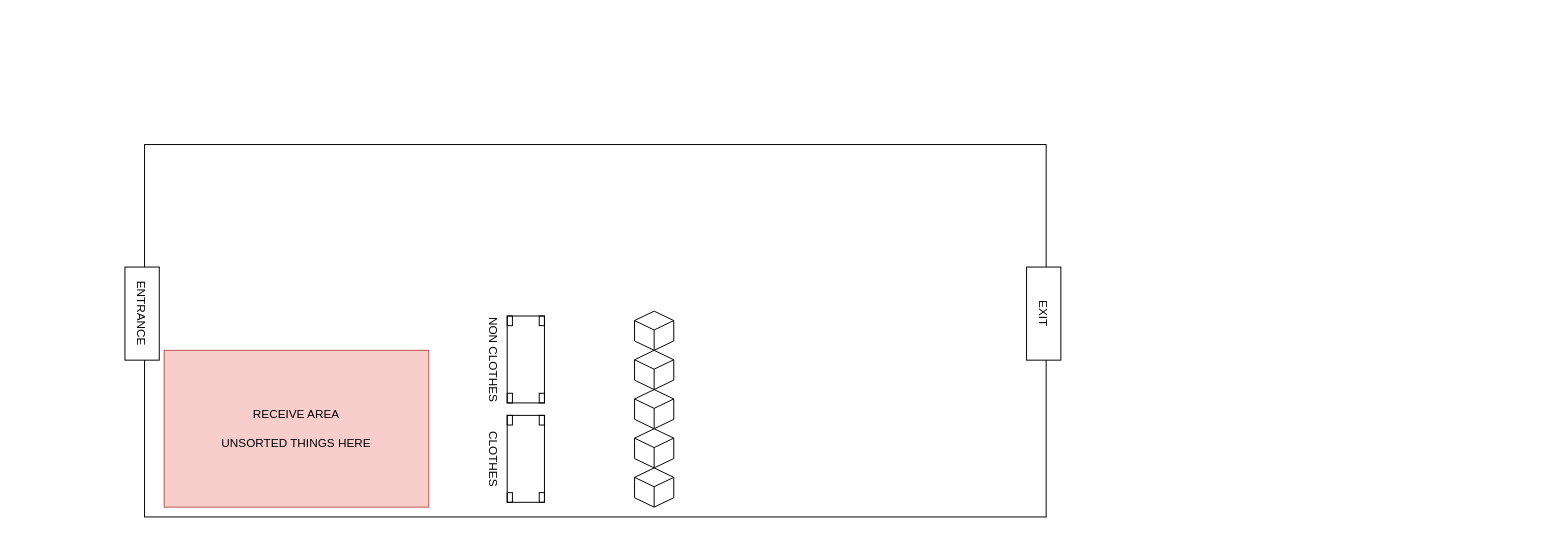
yonyonson/Langhus keeps this draw.io diagram as page "Kart over teltet" (1 of 2) of Langhus - kart og flyt.drawio. Above is the earlier version. Source tidied: cells renumbered, new cells numbered last; positions are measured from the earlier drawing's top-left corner, leaving out a move shared by most shapes. Both pictures are drawn from the tidied source at 98%, with x=0, y=0 at pixel (95, 144).
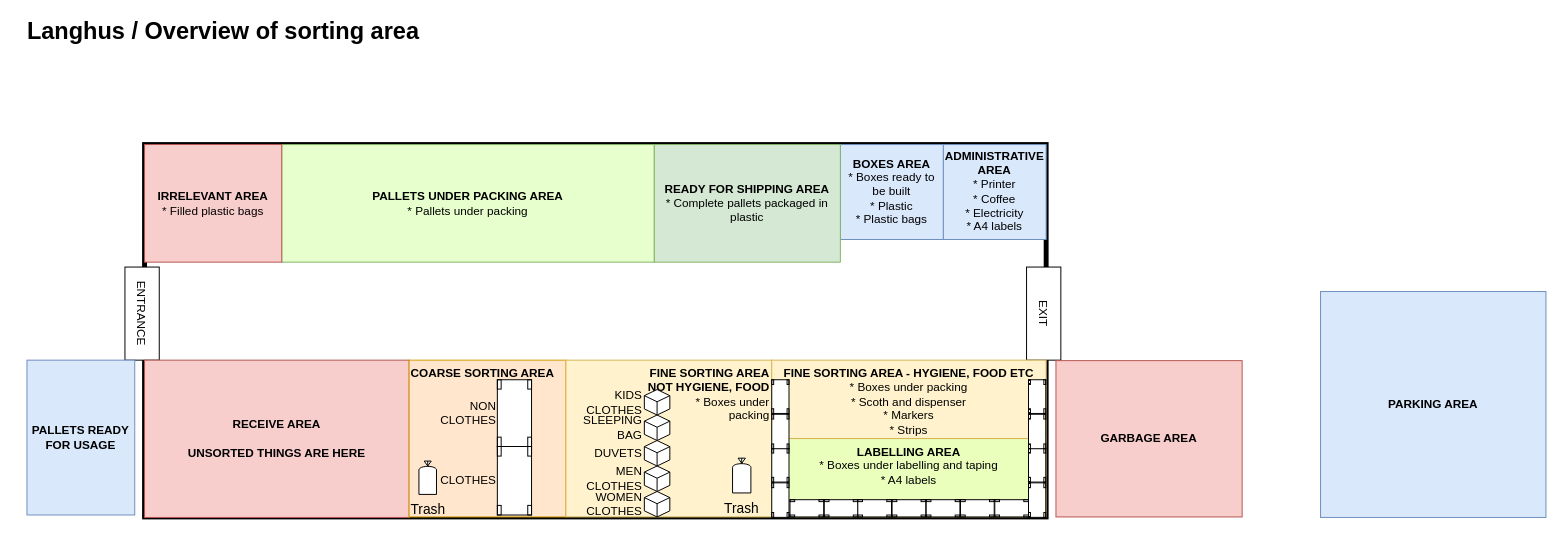
After the change.

The edit, as a diff of the source:
```diff
@@
-    <mxCell id="2" style="rounded=0;whiteSpace=wrap;html=1;" parent="1" vertex="1">
+    <mxCell id="2" style="rounded=0;whiteSpace=wrap;html=1;strokeWidth=5;" parent="1" vertex="1">
       <mxGeometry x="50" width="920" height="380" as="geometry" />
     </mxCell>
@@
+    <mxCell id="5" value="RECEIVE AREA&lt;br&gt;&lt;br&gt;UNSORTED THINGS ARE HERE" style="rounded=0;whiteSpace=wrap;html=1;fillColor=#f8cecc;strokeColor=#b85450;fontStyle=1;" parent="1" vertex="1">
+      <mxGeometry x="50" y="220" width="270" height="160.5" as="geometry" />
+    </mxCell>
+    <mxCell id="15" value="LABELLING AREA&lt;br&gt;&lt;div&gt;&lt;span style=&quot;font-weight: normal&quot;&gt;* Boxes under labelling and taping&lt;/span&gt;&lt;/div&gt;&lt;div&gt;&lt;span style=&quot;font-weight: normal&quot;&gt;* A4 labels&lt;br&gt;&lt;/span&gt;&lt;/div&gt;" style="rounded=0;whiteSpace=wrap;html=1;fillColor=#EBFFBD;strokeColor=#d6b656;fontStyle=1;verticalAlign=top;" parent="1" vertex="1">
+      <mxGeometry x="690" y="300" width="280" height="80" as="geometry" />
+    </mxCell>
@@
-    <mxCell id="5" value="RECEIVE AREA&lt;br&gt;&lt;br&gt;UNSORTED THINGS HERE" style="rounded=0;whiteSpace=wrap;html=1;fillColor=#f8cecc;strokeColor=#b85450;" parent="1" vertex="1">
-      <mxGeometry x="70" y="210" width="270" height="160" as="geometry" />
-    </mxCell>
-    <mxCell id="6" style="group;" parent="1" vertex="1">
-      <mxGeometry x="550" y="170" width="40" height="200" as="geometry" />
-    </mxCell>
+    <mxCell id="16" value="&lt;div&gt;COARSE SORTING AREA&lt;/div&gt;" style="rounded=0;whiteSpace=wrap;html=1;fillColor=#ffe6cc;strokeColor=#d79b00;verticalAlign=top;align=left;fontStyle=1;" parent="1" vertex="1">
+      <mxGeometry x="320" y="220" width="160" height="160" as="geometry" />
+    </mxCell>
+    <mxCell id="17" value="&lt;div&gt;&lt;b&gt;ADMINISTRATIVE AREA&lt;/b&gt;&lt;/div&gt;&lt;div&gt;* Printer&lt;/div&gt;&lt;div&gt;* Coffee&lt;/div&gt;&lt;div&gt;* Electricity&lt;/div&gt;&lt;div&gt;* A4 labels&lt;br&gt;&lt;/div&gt;" style="rounded=0;whiteSpace=wrap;html=1;fillColor=#dae8fc;strokeColor=#6c8ebf;" parent="1" vertex="1">
+      <mxGeometry x="865" width="105" height="96.9" as="geometry" />
+    </mxCell>
+    <mxCell id="18" value="&lt;div&gt;&lt;b&gt;BOXES AREA&lt;/b&gt;&lt;br&gt;&lt;/div&gt;&lt;div&gt;* Boxes ready to be built&lt;/div&gt;&lt;div&gt;* Plastic&lt;/div&gt;&lt;div&gt;* Plastic bags&lt;br&gt;&lt;/div&gt;" style="rounded=0;whiteSpace=wrap;html=1;fillColor=#dae8fc;strokeColor=#6c8ebf;" parent="1" vertex="1">
+      <mxGeometry x="760" width="105" height="96.9" as="geometry" />
+    </mxCell>
+    <mxCell id="19" value="&lt;div&gt;READY FOR SHIPPING AREA&lt;/div&gt;&lt;div&gt;&lt;span style=&quot;font-weight: normal&quot;&gt;* Complete pallets packaged in plastic&lt;/span&gt;&lt;br&gt;&lt;/div&gt;" style="rounded=0;whiteSpace=wrap;html=1;fillColor=#d5e8d4;strokeColor=#82b366;fontStyle=1;" parent="1" vertex="1">
+      <mxGeometry x="570" width="190" height="120" as="geometry" />
+    </mxCell>
+    <mxCell id="20" style="group;" parent="1" vertex="1">
+      <mxGeometry x="410" y="240" width="34.9" height="138" as="geometry" />
+    </mxCell>
+    <mxCell id="13" value="NON&lt;br&gt;CLOTHES" style="verticalLabelPosition=middle;html=1;verticalAlign=middle;align=right;shape=mxgraph.floorplan.table;rotation=0;labelPosition=left;" parent="20" vertex="1">
+      <mxGeometry width="34.9" height="68.1" as="geometry" />
+    </mxCell>
+    <mxCell id="14" value="CLOTHES" style="verticalLabelPosition=middle;html=1;verticalAlign=middle;align=right;shape=mxgraph.floorplan.table;rotation=0;labelPosition=left;" parent="20" vertex="1">
+      <mxGeometry y="68.1" width="34.9" height="69.9" as="geometry" />
+    </mxCell>
+    <mxCell id="21" value="PALLETS UNDER PACKING AREA&lt;br&gt;&lt;span style=&quot;font-weight: normal&quot;&gt;* Pallets under &lt;/span&gt;&lt;span style=&quot;font-weight: normal&quot;&gt;packing&lt;/span&gt;" style="rounded=0;whiteSpace=wrap;html=1;fillColor=#E6FFCC;strokeColor=#82b366;fontStyle=1;" parent="1" vertex="1">
+      <mxGeometry x="190" width="380" height="120" as="geometry" />
+    </mxCell>
+    <mxCell id="22" value="&lt;div&gt;IRRELEVANT AREA&lt;/div&gt;&lt;div&gt;&lt;span style=&quot;font-weight: normal&quot;&gt;* Filled plastic bags&lt;/span&gt;&lt;br&gt;&lt;/div&gt;" style="rounded=0;whiteSpace=wrap;html=1;fillColor=#f8cecc;strokeColor=#b85450;fontStyle=1;" parent="1" vertex="1">
+      <mxGeometry x="50" width="140" height="120" as="geometry" />
+    </mxCell>
+    <mxCell id="23" value="GARBAGE AREA" style="rounded=0;whiteSpace=wrap;html=1;fillColor=#f8cecc;strokeColor=#b85450;fontStyle=1;" parent="1" vertex="1">
+      <mxGeometry x="980" y="220.5" width="190" height="159.5" as="geometry" />
+    </mxCell>
+    <mxCell id="24" value="FINE SORTING AREA&lt;br&gt;NOT HYGIENE, FOOD&lt;br&gt;&lt;div&gt;&lt;span style=&quot;font-weight: normal&quot;&gt;* Boxes under&lt;br&gt;packing&lt;br&gt;&lt;/span&gt;&lt;/div&gt;" style="rounded=0;whiteSpace=wrap;html=1;fillColor=#fff2cc;strokeColor=#d6b656;fontStyle=1;verticalAlign=top;align=right;" parent="1" vertex="1">
+      <mxGeometry x="480" y="220" width="210" height="160" as="geometry" />
+    </mxCell>
+    <mxCell id="25" value="&lt;div&gt;FINE SORTING AREA - HYGIENE, FOOD ETC&lt;br&gt;&lt;/div&gt;&lt;div&gt;&lt;span style=&quot;font-weight: normal&quot;&gt;* Boxes under &lt;/span&gt;&lt;span style=&quot;font-weight: normal&quot;&gt;packing&lt;/span&gt;&lt;span style=&quot;font-weight: normal&quot;&gt;&lt;/span&gt;&lt;/div&gt;&lt;div&gt;&lt;div&gt;&lt;span style=&quot;font-weight: normal&quot;&gt;* Scoth and dispenser&lt;/span&gt;&lt;/div&gt;&lt;div&gt;&lt;span style=&quot;font-weight: normal&quot;&gt;* Markers&lt;/span&gt;&lt;/div&gt;&lt;span style=&quot;font-weight: normal&quot;&gt;* Strips&lt;/span&gt;&lt;span style=&quot;font-weight: normal&quot;&gt;&lt;/span&gt;&lt;/div&gt;" style="rounded=0;whiteSpace=wrap;html=1;fillColor=#fff2cc;strokeColor=#d6b656;fontStyle=1;verticalAlign=top;align=center;" parent="1" vertex="1">
+      <mxGeometry x="690" y="220" width="280" height="80" as="geometry" />
+    </mxCell>
+    <mxCell id="26" style="group;" parent="1" vertex="1">
+      <mxGeometry x="690" y="310" width="17.6" height="70.5" as="geometry" />
+    </mxCell>
+    <mxCell id="27" style="verticalLabelPosition=middle;html=1;verticalAlign=middle;align=right;shape=mxgraph.floorplan.table;rotation=0;labelPosition=left;" parent="26" vertex="1">
+      <mxGeometry y="35.2" width="17.6" height="35.2" as="geometry" />
+    </mxCell>
+    <mxCell id="28" style="verticalLabelPosition=middle;html=1;verticalAlign=middle;align=right;shape=mxgraph.floorplan.table;rotation=0;labelPosition=left;" parent="26" vertex="1">
+      <mxGeometry width="17.6" height="34.4" as="geometry" />
+    </mxCell>
+    <mxCell id="29" style="group;" parent="1" vertex="1">
+      <mxGeometry x="690" y="240" width="17.6" height="70.5" as="geometry" />
+    </mxCell>
+    <mxCell id="30" style="verticalLabelPosition=middle;html=1;verticalAlign=middle;align=right;shape=mxgraph.floorplan.table;rotation=0;labelPosition=left;" parent="29" vertex="1">
+      <mxGeometry y="35.2" width="17.6" height="35.2" as="geometry" />
+    </mxCell>
+    <mxCell id="31" style="verticalLabelPosition=middle;html=1;verticalAlign=middle;align=right;shape=mxgraph.floorplan.table;rotation=0;labelPosition=left;" parent="29" vertex="1">
+      <mxGeometry width="17.6" height="34.4" as="geometry" />
+    </mxCell>
+    <mxCell id="32" style="group;" parent="1" vertex="1">
+      <mxGeometry x="952" y="310" width="17.6" height="70.5" as="geometry" />
+    </mxCell>
+    <mxCell id="33" style="verticalLabelPosition=middle;html=1;verticalAlign=middle;align=right;shape=mxgraph.floorplan.table;rotation=0;labelPosition=left;" parent="32" vertex="1">
+      <mxGeometry y="35.2" width="17.6" height="35.2" as="geometry" />
+    </mxCell>
+    <mxCell id="34" style="verticalLabelPosition=middle;html=1;verticalAlign=middle;align=right;shape=mxgraph.floorplan.table;rotation=0;labelPosition=left;" parent="32" vertex="1">
+      <mxGeometry width="17.6" height="34.4" as="geometry" />
+    </mxCell>
+    <mxCell id="35" style="group;" parent="1" vertex="1">
+      <mxGeometry x="952" y="240" width="17.6" height="70.5" as="geometry" />
+    </mxCell>
+    <mxCell id="36" style="verticalLabelPosition=middle;html=1;verticalAlign=middle;align=right;shape=mxgraph.floorplan.table;rotation=0;labelPosition=left;" parent="35" vertex="1">
+      <mxGeometry y="35.2" width="17.6" height="35.2" as="geometry" />
+    </mxCell>
+    <mxCell id="37" style="verticalLabelPosition=middle;html=1;verticalAlign=middle;align=right;shape=mxgraph.floorplan.table;rotation=0;labelPosition=left;" parent="35" vertex="1">
+      <mxGeometry width="17.6" height="34.4" as="geometry" />
+    </mxCell>
+    <mxCell id="38" style="verticalLabelPosition=middle;html=1;verticalAlign=middle;align=right;shape=mxgraph.floorplan.table;rotation=90;labelPosition=left;" parent="1" vertex="1">
+      <mxGeometry x="717" y="354" width="17.6" height="34.4" as="geometry" />
+    </mxCell>
+    <mxCell id="39" style="verticalLabelPosition=middle;html=1;verticalAlign=middle;align=right;shape=mxgraph.floorplan.table;rotation=90;labelPosition=left;" parent="1" vertex="1">
+      <mxGeometry x="752" y="354" width="17.6" height="34.4" as="geometry" />
+    </mxCell>
+    <mxCell id="40" style="verticalLabelPosition=middle;html=1;verticalAlign=middle;align=right;shape=mxgraph.floorplan.table;rotation=90;labelPosition=left;" parent="1" vertex="1">
+      <mxGeometry x="786.2" y="354" width="17.6" height="34.4" as="geometry" />
+    </mxCell>
+    <mxCell id="41" style="verticalLabelPosition=middle;html=1;verticalAlign=middle;align=right;shape=mxgraph.floorplan.table;rotation=90;labelPosition=left;" parent="1" vertex="1">
+      <mxGeometry x="821.2" y="354" width="17.6" height="34.4" as="geometry" />
+    </mxCell>
+    <mxCell id="42" style="verticalLabelPosition=middle;html=1;verticalAlign=middle;align=right;shape=mxgraph.floorplan.table;rotation=90;labelPosition=left;" parent="1" vertex="1">
+      <mxGeometry x="856" y="354" width="17.6" height="34.4" as="geometry" />
+    </mxCell>
+    <mxCell id="43" style="verticalLabelPosition=middle;html=1;verticalAlign=middle;align=right;shape=mxgraph.floorplan.table;rotation=90;labelPosition=left;" parent="1" vertex="1">
+      <mxGeometry x="891" y="354" width="17.6" height="34.4" as="geometry" />
+    </mxCell>
+    <mxCell id="44" style="verticalLabelPosition=middle;html=1;verticalAlign=middle;align=right;shape=mxgraph.floorplan.table;rotation=90;labelPosition=left;" parent="1" vertex="1">
+      <mxGeometry x="926" y="354" width="17.6" height="34.4" as="geometry" />
+    </mxCell>
+    <mxCell id="45" value="&lt;font style=&quot;font-size: 24px&quot;&gt;&lt;b style=&quot;font-size: 24px&quot;&gt;&lt;font style=&quot;font-size: 24px&quot;&gt;&lt;b style=&quot;font-size: 24px&quot;&gt;Langhus / &lt;/b&gt;&lt;/font&gt;Overview of sorting area&lt;br style=&quot;font-size: 24px&quot;&gt;&lt;/b&gt;&lt;/font&gt;" style="text;html=1;align=center;verticalAlign=middle;strokeColor=none;fillColor=none;fontSize=24;" parent="1" vertex="1">
+      <mxGeometry x="-80" y="-130" width="420" height="30" as="geometry" />
+    </mxCell>
+    <mxCell id="46" value="&lt;b&gt;PARKING AREA&lt;br&gt;&lt;/b&gt;" style="rounded=0;whiteSpace=wrap;html=1;fillColor=#dae8fc;strokeColor=#6c8ebf;" parent="1" vertex="1">
+      <mxGeometry x="1250" y="150" width="230" height="230.5" as="geometry" />
+    </mxCell>
+    <mxCell id="47" value="Trash" style="shape=mxgraph.pid.vessels.bag;html=1;align=center;verticalLabelPosition=bottom;verticalAlign=top;dashed=0;fontSize=14;strokeWidth=1;" parent="1" vertex="1">
+      <mxGeometry x="330" y="323" width="17.9" height="34" as="geometry" />
+    </mxCell>
+    <mxCell id="48" value="Trash" style="shape=mxgraph.pid.vessels.bag;html=1;align=center;verticalLabelPosition=bottom;verticalAlign=top;dashed=0;fontSize=14;strokeWidth=1;" parent="1" vertex="1">
+      <mxGeometry x="650" y="320" width="18.7" height="35.5" as="geometry" />
+    </mxCell>
-    <mxCell id="7" style="html=1;whiteSpace=wrap;shape=isoCube2;backgroundOutline=1;isoAngle=15;" parent="6" vertex="1">
-      <mxGeometry y="160" width="40" height="40" as="geometry" />
+    <mxCell id="7" value="WOMEN CLOTHES" style="html=1;whiteSpace=wrap;shape=isoCube2;backgroundOutline=1;isoAngle=15;labelPosition=left;verticalLabelPosition=middle;align=right;verticalAlign=middle;" parent="1" vertex="1">
+      <mxGeometry x="560" y="354" width="26" height="26" as="geometry" />
     </mxCell>
-    <mxCell id="8" style="html=1;whiteSpace=wrap;shape=isoCube2;backgroundOutline=1;isoAngle=15;" parent="6" vertex="1">
-      <mxGeometry y="120" width="40" height="40" as="geometry" />
+    <mxCell id="8" value="MEN&lt;br&gt;CLOTHES" style="html=1;whiteSpace=wrap;shape=isoCube2;backgroundOutline=1;isoAngle=15;labelPosition=left;verticalLabelPosition=middle;align=right;verticalAlign=middle;" parent="1" vertex="1">
+      <mxGeometry x="560" y="328" width="26" height="26" as="geometry" />
     </mxCell>
-    <mxCell id="9" style="html=1;whiteSpace=wrap;shape=isoCube2;backgroundOutline=1;isoAngle=15;" parent="6" vertex="1">
-      <mxGeometry y="80" width="40" height="40" as="geometry" />
+    <mxCell id="9" value="DUVETS" style="html=1;whiteSpace=wrap;shape=isoCube2;backgroundOutline=1;isoAngle=15;labelPosition=left;verticalLabelPosition=middle;align=right;verticalAlign=middle;" parent="1" vertex="1">
+      <mxGeometry x="560" y="302" width="26" height="26" as="geometry" />
     </mxCell>
-    <mxCell id="10" style="html=1;whiteSpace=wrap;shape=isoCube2;backgroundOutline=1;isoAngle=15;" parent="6" vertex="1">
-      <mxGeometry y="40" width="40" height="40" as="geometry" />
+    <mxCell id="10" value="SLEEPING BAG" style="html=1;whiteSpace=wrap;shape=isoCube2;backgroundOutline=1;isoAngle=15;labelPosition=left;verticalLabelPosition=middle;align=right;verticalAlign=middle;" parent="1" vertex="1">
+      <mxGeometry x="560" y="276" width="26" height="26" as="geometry" />
     </mxCell>
-    <mxCell id="11" style="html=1;whiteSpace=wrap;shape=isoCube2;backgroundOutline=1;isoAngle=15;" parent="6" vertex="1">
-      <mxGeometry width="40" height="40" as="geometry" />
+    <mxCell id="11" value="&lt;div&gt;KIDS CLOTHES&lt;/div&gt;" style="html=1;whiteSpace=wrap;shape=isoCube2;backgroundOutline=1;isoAngle=15;align=right;labelPosition=left;verticalLabelPosition=middle;verticalAlign=middle;" parent="1" vertex="1">
+      <mxGeometry x="560" y="250" width="26" height="26" as="geometry" />
     </mxCell>
-    <mxCell id="12" style="group;" parent="1" vertex="1">
-      <mxGeometry x="420" y="175" width="38" height="190" as="geometry" />
-    </mxCell>
-    <mxCell id="13" value="NON CLOTHES" style="verticalLabelPosition=bottom;html=1;verticalAlign=top;align=center;shape=mxgraph.floorplan.table;rotation=90;" parent="12" vertex="1">
-      <mxGeometry x="-25.3" y="25.3" width="88.7" height="38" as="geometry" />
-    </mxCell>
-    <mxCell id="14" value="CLOTHES" style="verticalLabelPosition=bottom;html=1;verticalAlign=top;align=center;shape=mxgraph.floorplan.table;rotation=90;" parent="12" vertex="1">
-      <mxGeometry x="-25.3" y="126.7" width="88.7" height="38" as="geometry" />
-    </mxCell>
+    <mxCell id="49" value="&lt;b&gt;PALLETS READY FOR USAGE&lt;br&gt;&lt;/b&gt;" style="rounded=0;whiteSpace=wrap;html=1;fillColor=#dae8fc;strokeColor=#6c8ebf;" parent="1" vertex="1">
+      <mxGeometry x="-70" y="220" width="110" height="158" as="geometry" />
+    </mxCell>
```
